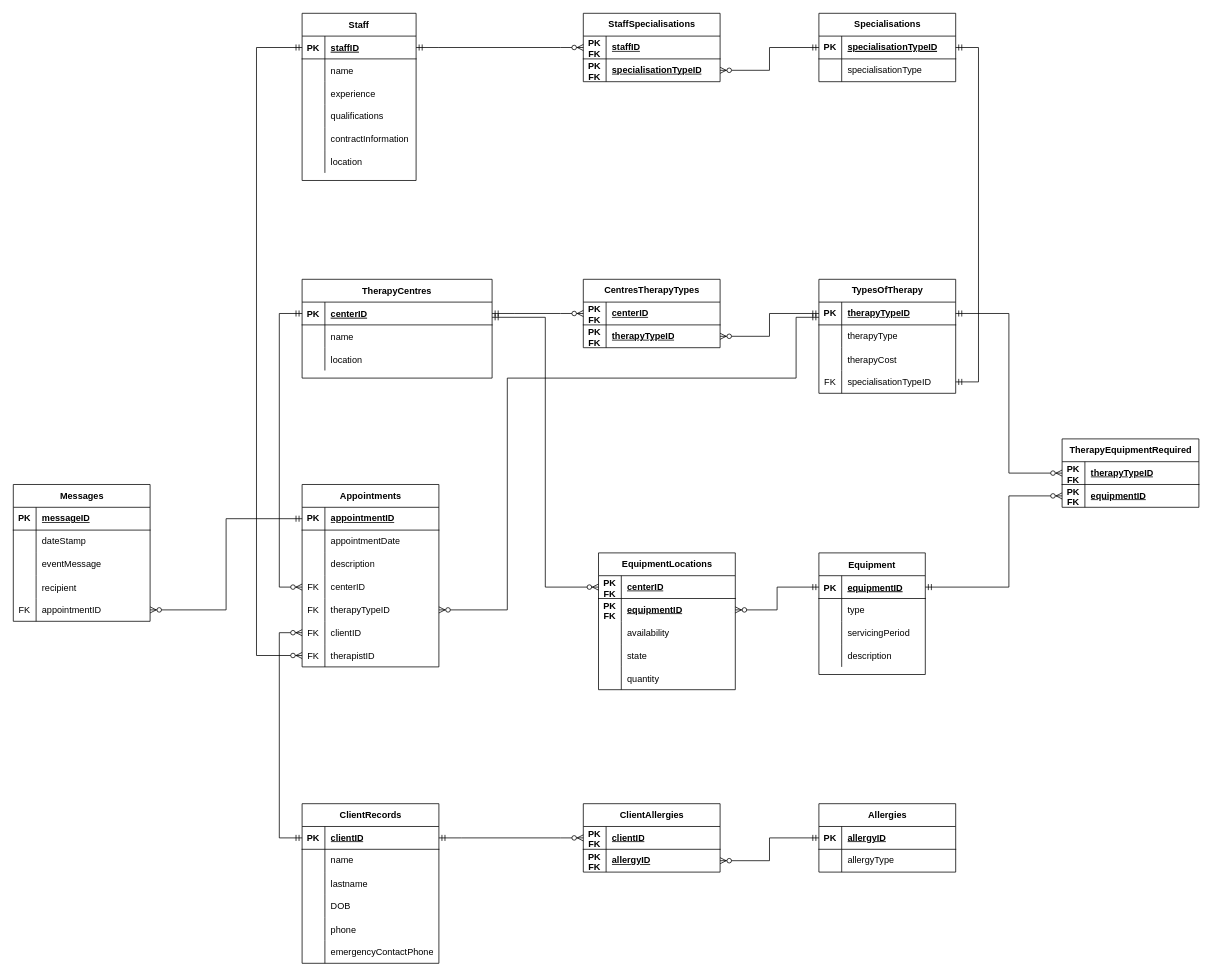
GreenFella/databaseclass keeps this draw.io diagram as Assignment3A.drawio. Above is the earlier version. Source tidied: cells renumbered, new cells numbered last; positions are measured from the earlier drawing's top-left corner, leaving out a move shared by most shapes. Both pictures are drawn from the tidied source at 76%, with x=0, y=0 at pixel (13, 13).
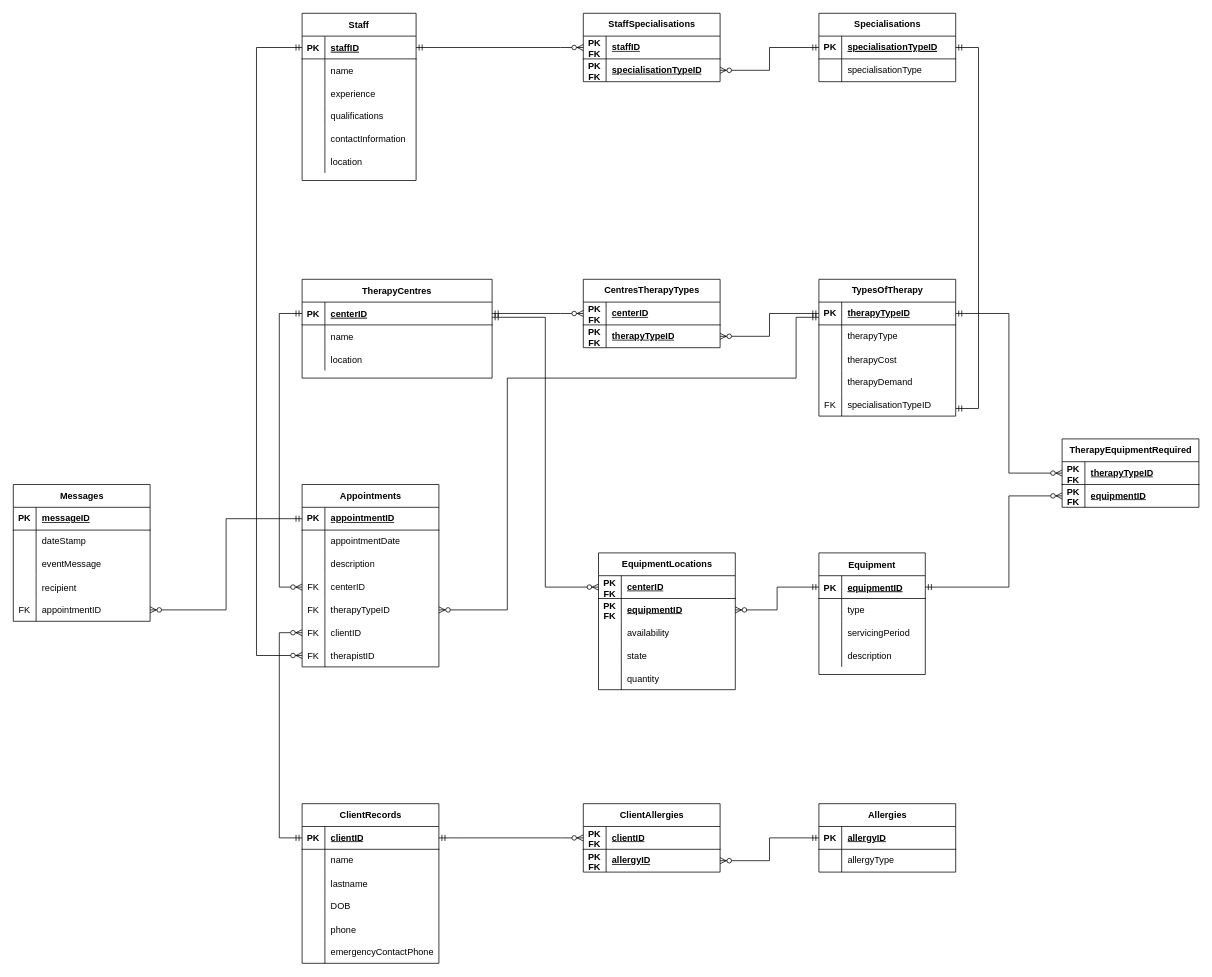
The same page after the edit.

The change refers to these unchanged cells:
```xml
<mxCell id="38" style="shape=tableRow;horizontal=0;startSize=0;swimlaneHead=0;swimlaneBody=0;fillColor=none;top=0;left=0;right=0;bottom=0;" parent="25" vertex="1">
  <mxGeometry y="150" width="150" height="30" as="geometry" />
</mxCell>
<mxCell id="116" style="shape=tableRow;horizontal=0;startSize=0;swimlaneHead=0;swimlaneBody=0;fillColor=none;points=[[0,0.5],[1,0.5]];portConstraint=eastwest;top=0;left=0;right=0;bottom=1;" parent="115" vertex="1">
  <mxGeometry y="30" width="180" height="30" as="geometry" />
</mxCell>
```

Change to the diagram source:
```diff
@@
-    <mxCell id="40" value="contractInformation" style="shape=partialRectangle;fillColor=none;top=0;left=0;bottom=0;right=0;align=left;spacingLeft=6;overflow=hidden;" parent="38" vertex="1">
+    <mxCell id="40" value="contactInformation" style="shape=partialRectangle;fillColor=none;top=0;left=0;bottom=0;right=0;align=left;spacingLeft=6;overflow=hidden;" parent="38" vertex="1">
       <mxGeometry x="30" width="120" height="30" as="geometry" />
     </mxCell>
@@
     <mxCell id="44" value="TypesOfTherapy" style="shape=table;startSize=30;childLayout=tableLayout;rowLines=0;fontStyle=1;align=center;html=1;" parent="1" vertex="1">
-      <mxGeometry x="1060" y="350" width="180" height="150" as="geometry" />
+      <mxGeometry x="1060" y="350" width="180" height="180" as="geometry" />
     </mxCell>
@@
+    <mxCell id="189" style="shape=tableRow;horizontal=0;startSize=0;swimlaneHead=0;swimlaneBody=0;fillColor=none;top=0;left=0;right=0;bottom=0;" parent="44" vertex="1">
+      <mxGeometry y="120" width="180" height="30" as="geometry" />
+    </mxCell>
+    <mxCell id="190" style="shape=partialRectangle;fillColor=none;top=0;left=0;bottom=0;right=0;overflow=hidden;" parent="189" vertex="1">
+      <mxGeometry width="30" height="30" as="geometry" />
+    </mxCell>
+    <mxCell id="191" value="therapyDemand" style="shape=partialRectangle;fillColor=none;top=0;left=0;bottom=0;right=0;align=left;spacingLeft=6;overflow=hidden;" parent="189" vertex="1">
+      <mxGeometry x="30" width="150" height="30" as="geometry" />
+    </mxCell>
     <mxCell id="54" style="shape=tableRow;horizontal=0;startSize=0;swimlaneHead=0;swimlaneBody=0;fillColor=none;points=[[0,0.5],[1,0.5]];portConstraint=eastwest;top=0;left=0;right=0;bottom=0;" parent="44" vertex="1">
-      <mxGeometry y="120" width="180" height="30" as="geometry" />
+      <mxGeometry y="150" width="180" height="30" as="geometry" />
     </mxCell>
@@
-    <mxCell id="123" style="edgeStyle=orthogonalEdgeStyle;fontSize=12;html=1;endArrow=ERmandOne;startArrow=ERmandOne;rounded=0;exitX=1;exitY=0.5;exitDx=0;exitDy=0;" parent="1" edge="1" source="54" target="116">
+    <mxCell id="123" style="edgeStyle=orthogonalEdgeStyle;fontSize=12;html=1;endArrow=ERmandOne;startArrow=ERmandOne;rounded=0;" parent="1" edge="1" source="54" target="116">
       <mxGeometry relative="1" as="geometry">
         <Array as="points">
-          <mxPoint x="1270" y="485" />
+          <mxPoint x="1270" y="520" />
           <mxPoint x="1270" y="45" />
         </Array>
       </mxGeometry>
     </mxCell>
```
